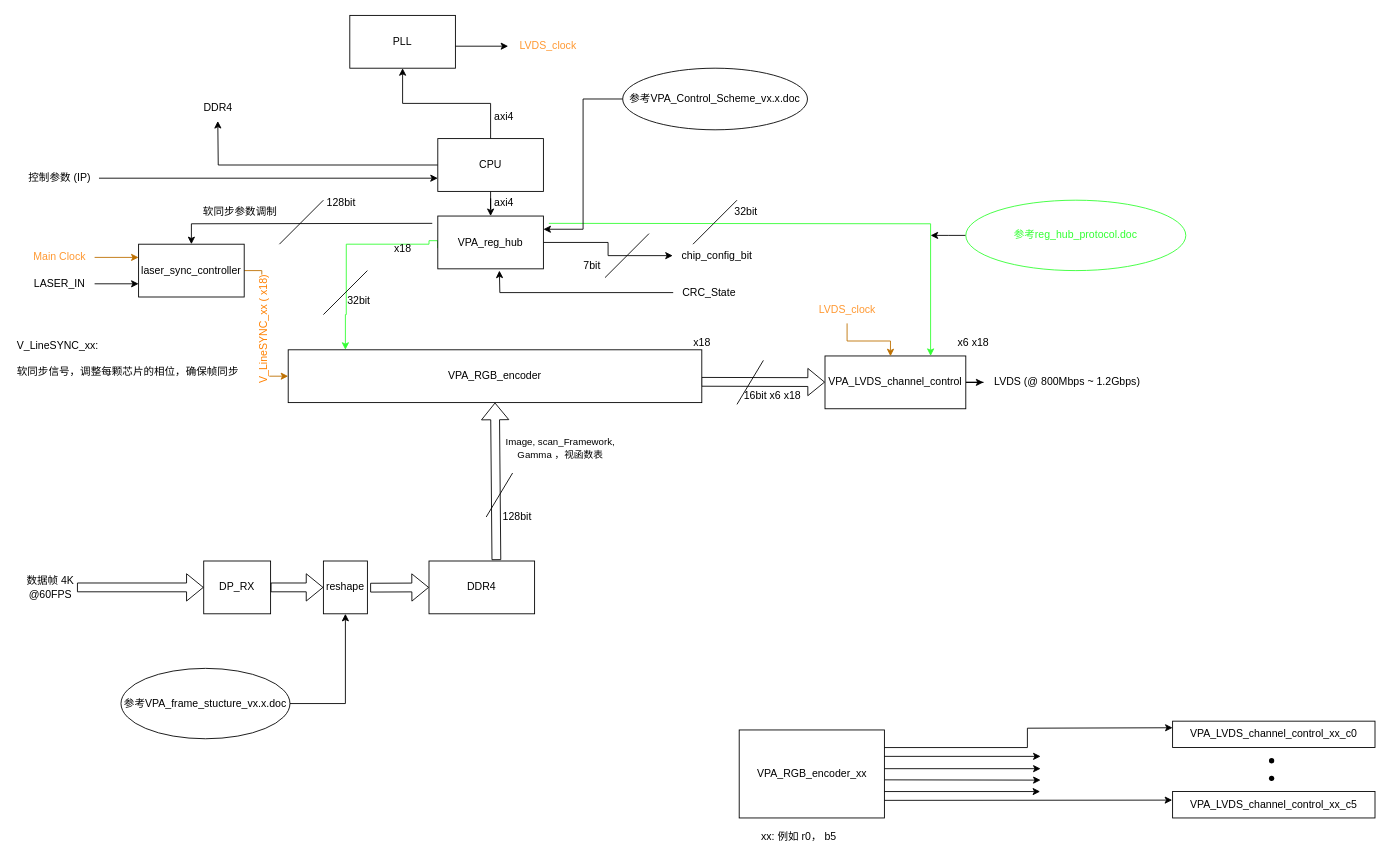
The draw.io diagram 总体设计文档.drawio in rl3721/VPA_documents, before the edit. Source tidied: cells renumbered, new cells numbered last; positions are measured from the earlier drawing's top-left corner, leaving out a move shared by most shapes. Both pictures are drawn from the tidied source at 88%, with x=0, y=0 at pixel (15, 15).
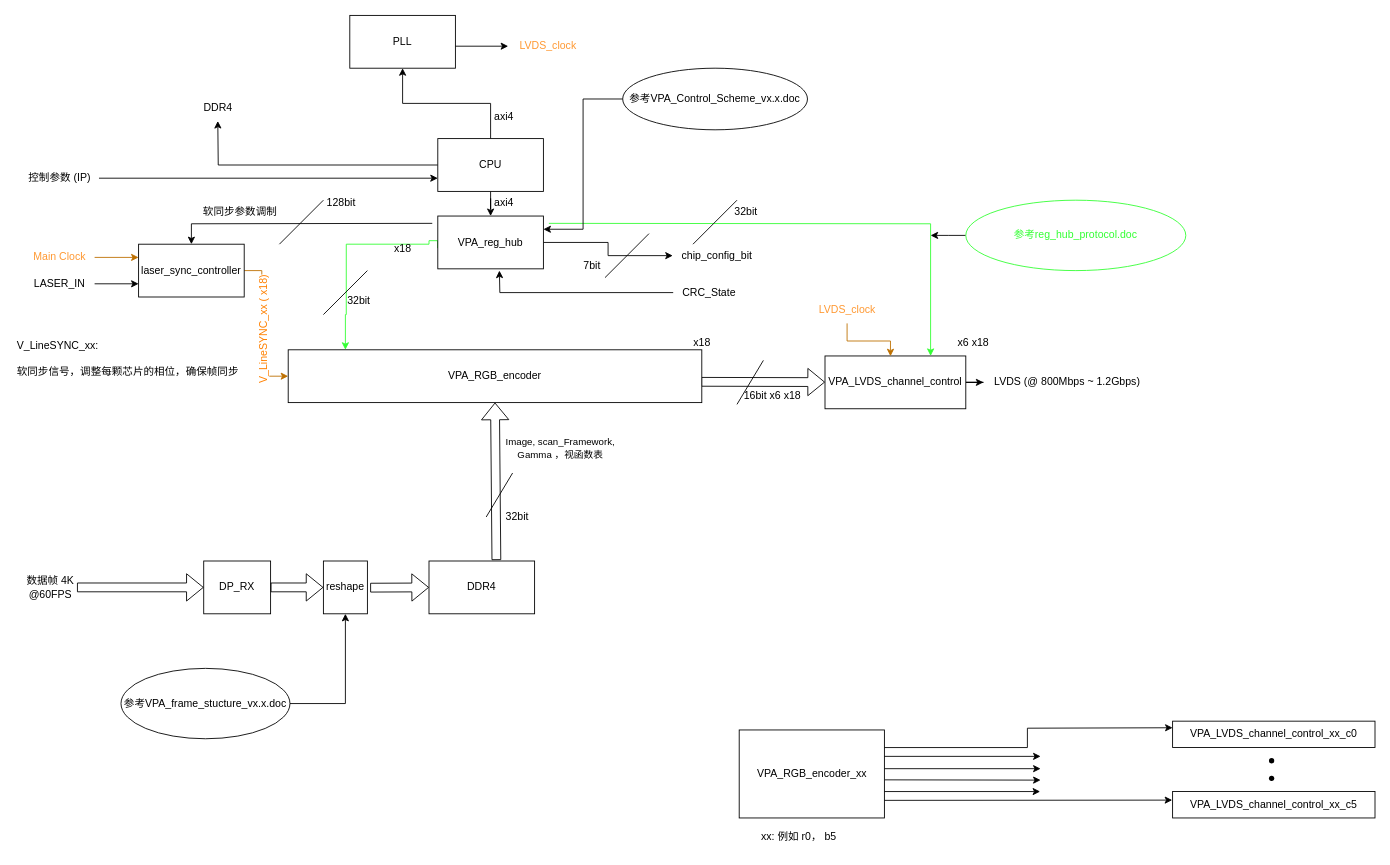
The same page after the edit.

Commit message:
更新总体设计文档.drawio

Change to the diagram source:
```diff
@@
-    <mxCell id="40" value="128bit" style="text;html=1;align=center;verticalAlign=middle;strokeColor=none;fillColor=none;" parent="1" vertex="1">
-      <mxGeometry x="540" y="555" width="60" height="30" as="geometry" />
+    <mxCell id="40" value="32bit" style="text;html=1;align=center;verticalAlign=middle;strokeColor=none;fillColor=none;" parent="1" vertex="1">
+      <mxGeometry x="545" y="555" width="50" height="30" as="geometry" />
     </mxCell>
```
